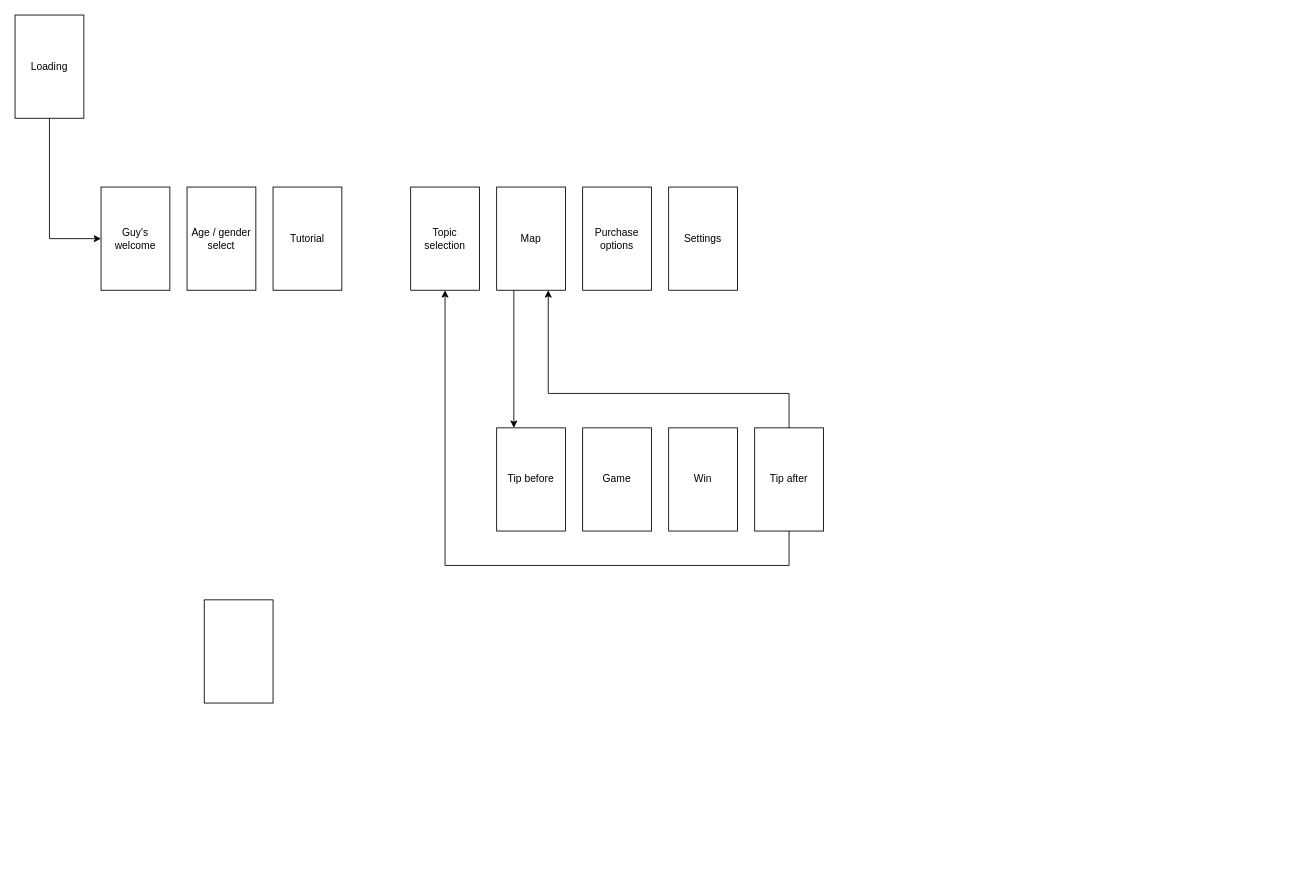
Samuramu/gg keeps this draw.io diagram as GG Life flowchart.drawio. Above is the earlier version. Source tidied: cells renumbered, new cells numbered last; positions are measured from the earlier drawing's top-left corner, leaving out a move shared by most shapes. Both pictures are drawn from the tidied source at 86%, with x=0, y=0 at pixel (15, 15).
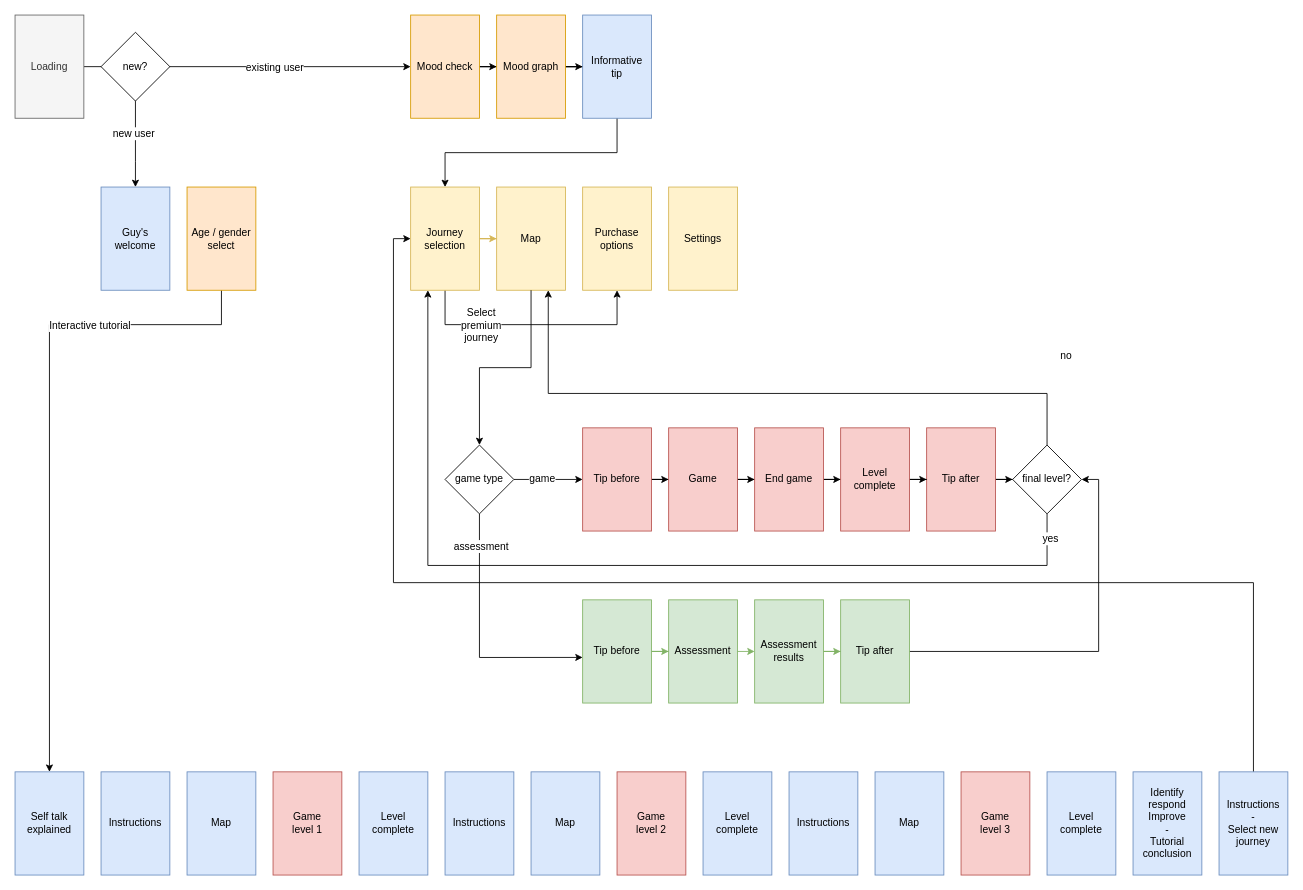
The same page after the edit.

Change to the diagram source:
```diff
@@
-    <mxCell id="2" value="&lt;span style=&quot;white-space: normal&quot;&gt;Guy's welcome&lt;/span&gt;" style="rounded=0;whiteSpace=wrap;html=1;" parent="1" vertex="1">
+    <mxCell id="2" value="&lt;span style=&quot;white-space: normal&quot;&gt;Guy's welcome&lt;/span&gt;" style="rounded=0;whiteSpace=wrap;html=1;fillColor=#dae8fc;strokeColor=#6c8ebf;" parent="1" vertex="1">
       <mxGeometry x="100" y="200" width="80" height="120" as="geometry" />
     </mxCell>
+    <mxCell id="19" style="edgeStyle=orthogonalEdgeStyle;rounded=0;jettySize=auto;html=1;entryX=0.5;entryY=0;entryDx=0;entryDy=0;" parent="1" edge="1" source="3" target="10">
+      <mxGeometry relative="1" as="geometry">
+        <Array as="points">
+          <mxPoint x="240" y="360" />
+          <mxPoint x="40" y="360" />
+        </Array>
+      </mxGeometry>
+    </mxCell>
+    <mxCell id="20" value="Interactive tutorial" style="text;html=1;align=center;verticalAlign=middle;labelBackgroundColor=#ffffff;" parent="19" vertex="1">
+      <mxGeometry x="-0.49" relative="1" as="geometry" />
+    </mxCell>
-    <mxCell id="3" value="&lt;span style=&quot;white-space: normal&quot;&gt;Age / gender select&lt;/span&gt;" style="rounded=0;whiteSpace=wrap;html=1;" parent="1" vertex="1">
+    <mxCell id="3" value="&lt;span style=&quot;white-space: normal&quot;&gt;Age / gender select&lt;/span&gt;" style="rounded=0;whiteSpace=wrap;html=1;fillColor=#ffe6cc;strokeColor=#d79b00;" parent="1" vertex="1">
       <mxGeometry x="200" y="200" width="80" height="120" as="geometry" />
     </mxCell>
-    <mxCell id="4" value="&lt;span style=&quot;white-space: normal&quot;&gt;Tutorial&lt;/span&gt;" style="rounded=0;whiteSpace=wrap;html=1;" parent="1" vertex="1">
-      <mxGeometry x="300" y="200" width="80" height="120" as="geometry" />
+    <mxCell id="4" value="&lt;span style=&quot;white-space: normal&quot;&gt;Instructions&lt;/span&gt;" style="rounded=0;whiteSpace=wrap;html=1;fillColor=#dae8fc;strokeColor=#6c8ebf;" parent="1" vertex="1">
+      <mxGeometry x="100" y="880" width="80" height="120" as="geometry" />
     </mxCell>
+    <mxCell id="21" style="edgeStyle=orthogonalEdgeStyle;rounded=0;jettySize=auto;html=1;fillColor=#fff2cc;strokeColor=#d6b656;" parent="1" edge="1" source="5" target="7">
+      <mxGeometry relative="1" as="geometry" />
+    </mxCell>
+    <mxCell id="22" style="edgeStyle=orthogonalEdgeStyle;rounded=0;jettySize=auto;html=1;entryX=0.5;entryY=1;entryDx=0;entryDy=0;" parent="1" edge="1" source="5" target="8">
+      <mxGeometry relative="1" as="geometry">
+        <Array as="points">
+          <mxPoint x="500" y="360" />
+          <mxPoint x="700" y="360" />
+        </Array>
+      </mxGeometry>
+    </mxCell>
+    <mxCell id="23" value="Select&lt;br&gt;premium&lt;br&gt;journey" style="text;html=1;align=center;verticalAlign=middle;labelBackgroundColor=#ffffff;" parent="22" vertex="1">
+      <mxGeometry x="-0.41" relative="1" as="geometry">
+        <mxPoint x="-2" as="offset" />
+      </mxGeometry>
+    </mxCell>
-    <mxCell id="5" value="&lt;span style=&quot;white-space: normal&quot;&gt;Topic selection&lt;/span&gt;" style="rounded=0;whiteSpace=wrap;html=1;" parent="1" vertex="1">
+    <mxCell id="5" value="&lt;span style=&quot;white-space: normal&quot;&gt;Journey selection&lt;/span&gt;" style="rounded=0;whiteSpace=wrap;html=1;fillColor=#fff2cc;strokeColor=#d6b656;" parent="1" vertex="1">
       <mxGeometry x="460" y="200" width="80" height="120" as="geometry" />
     </mxCell>
-    <mxCell id="6" style="edgeStyle=orthogonalEdgeStyle;rounded=0;jettySize=auto;html=1;" parent="1" edge="1" source="7" target="11">
-      <mxGeometry relative="1" as="geometry">
-        <Array as="points">
-          <mxPoint x="580" y="420" />
-          <mxPoint x="580" y="420" />
-        </Array>
-      </mxGeometry>
-    </mxCell>
+    <mxCell id="24" style="edgeStyle=orthogonalEdgeStyle;rounded=0;jettySize=auto;html=1;entryX=0;entryY=0.558;entryDx=0;entryDy=0;entryPerimeter=0;" parent="1" edge="1" source="67" target="58">
+      <mxGeometry relative="1" as="geometry">
+        <Array as="points">
+          <mxPoint x="540" y="747" />
+        </Array>
+      </mxGeometry>
+    </mxCell>
+    <mxCell id="25" value="assessment" style="text;html=1;align=center;verticalAlign=middle;labelBackgroundColor=#ffffff;" parent="24" vertex="1">
+      <mxGeometry x="-0.74" y="1" relative="1" as="geometry" />
+    </mxCell>
-    <mxCell id="7" value="Map" style="rounded=0;whiteSpace=wrap;html=1;" parent="1" vertex="1">
+    <mxCell id="7" value="Map" style="rounded=0;whiteSpace=wrap;html=1;fillColor=#fff2cc;strokeColor=#d6b656;" parent="1" vertex="1">
       <mxGeometry x="560" y="200" width="80" height="120" as="geometry" />
     </mxCell>
-    <mxCell id="8" value="Purchase options" style="rounded=0;whiteSpace=wrap;html=1;" parent="1" vertex="1">
+    <mxCell id="8" value="Purchase options" style="rounded=0;whiteSpace=wrap;html=1;fillColor=#fff2cc;strokeColor=#d6b656;" parent="1" vertex="1">
       <mxGeometry x="660" y="200" width="80" height="120" as="geometry" />
     </mxCell>
-    <mxCell id="9" value="Settings" style="rounded=0;whiteSpace=wrap;html=1;" parent="1" vertex="1">
+    <mxCell id="9" value="Settings" style="rounded=0;whiteSpace=wrap;html=1;fillColor=#fff2cc;strokeColor=#d6b656;" parent="1" vertex="1">
       <mxGeometry x="760" y="200" width="80" height="120" as="geometry" />
     </mxCell>
-    <mxCell id="10" style="rounded=0;whiteSpace=wrap;html=1;" parent="1" vertex="1">
-      <mxGeometry x="220" y="680" width="80" height="120" as="geometry" />
+    <mxCell id="10" value="Self talk explained" style="rounded=0;whiteSpace=wrap;html=1;fillColor=#dae8fc;strokeColor=#6c8ebf;" parent="1" vertex="1">
+      <mxGeometry y="880" width="80" height="120" as="geometry" />
     </mxCell>
+    <mxCell id="26" style="edgeStyle=orthogonalEdgeStyle;rounded=0;jettySize=auto;html=1;" parent="1" edge="1" source="11" target="12">
+      <mxGeometry relative="1" as="geometry" />
+    </mxCell>
-    <mxCell id="11" value="Tip before" style="rounded=0;whiteSpace=wrap;html=1;" parent="1" vertex="1">
-      <mxGeometry x="560" y="480" width="80" height="120" as="geometry" />
+    <mxCell id="11" value="Tip before" style="rounded=0;whiteSpace=wrap;html=1;fillColor=#f8cecc;strokeColor=#b85450;" parent="1" vertex="1">
+      <mxGeometry x="660" y="480" width="80" height="120" as="geometry" />
     </mxCell>
+    <mxCell id="27" style="edgeStyle=orthogonalEdgeStyle;rounded=0;jettySize=auto;html=1;" parent="1" edge="1" source="12" target="13">
+      <mxGeometry relative="1" as="geometry" />
+    </mxCell>
-    <mxCell id="12" value="Game" style="rounded=0;whiteSpace=wrap;html=1;" parent="1" vertex="1">
-      <mxGeometry x="660" y="480" width="80" height="120" as="geometry" />
+    <mxCell id="12" value="Game" style="rounded=0;whiteSpace=wrap;html=1;fillColor=#f8cecc;strokeColor=#b85450;" parent="1" vertex="1">
+      <mxGeometry x="760" y="480" width="80" height="120" as="geometry" />
     </mxCell>
+    <mxCell id="28" style="edgeStyle=orthogonalEdgeStyle;rounded=0;jettySize=auto;html=1;" parent="1" edge="1" source="13" target="56">
+      <mxGeometry relative="1" as="geometry" />
+    </mxCell>
-    <mxCell id="13" value="Win" style="rounded=0;whiteSpace=wrap;html=1;" parent="1" vertex="1">
-      <mxGeometry x="760" y="480" width="80" height="120" as="geometry" />
+    <mxCell id="13" value="End game" style="rounded=0;whiteSpace=wrap;html=1;fillColor=#f8cecc;strokeColor=#b85450;" parent="1" vertex="1">
+      <mxGeometry x="860" y="480" width="80" height="120" as="geometry" />
     </mxCell>
-    <mxCell id="14" style="edgeStyle=orthogonalEdgeStyle;rounded=0;jettySize=auto;html=1;entryX=0.5;entryY=1;entryDx=0;entryDy=0;exitX=0.5;exitY=1;exitDx=0;exitDy=0;" parent="1" edge="1" source="16" target="5">
+    <mxCell id="14" style="edgeStyle=orthogonalEdgeStyle;rounded=0;jettySize=auto;html=1;exitX=0.5;exitY=1;exitDx=0;exitDy=0;" parent="1" edge="1" source="70">
       <mxGeometry relative="1" as="geometry">
+        <mxPoint x="480" y="320" as="targetPoint" />
         <Array as="points">
-          <mxPoint x="900" y="640" />
-          <mxPoint x="500" y="640" />
+          <mxPoint x="1200" y="640" />
+          <mxPoint x="480" y="640" />
         </Array>
       </mxGeometry>
     </mxCell>
+    <mxCell id="29" value="yes" style="text;html=1;align=center;verticalAlign=middle;labelBackgroundColor=#ffffff;" parent="14" vertex="1">
+      <mxGeometry x="-0.95" y="3" relative="1" as="geometry" />
+    </mxCell>
-    <mxCell id="15" style="edgeStyle=orthogonalEdgeStyle;rounded=0;jettySize=auto;html=1;entryX=0.75;entryY=1;entryDx=0;entryDy=0;" parent="1" edge="1" source="16" target="7">
+    <mxCell id="15" style="edgeStyle=orthogonalEdgeStyle;rounded=0;jettySize=auto;html=1;entryX=0.75;entryY=1;entryDx=0;entryDy=0;exitX=0.5;exitY=0;exitDx=0;exitDy=0;" parent="1" edge="1" source="70" target="7">
       <mxGeometry relative="1" as="geometry">
         <Array as="points">
-          <mxPoint x="900" y="440" />
+          <mxPoint x="1200" y="440" />
           <mxPoint x="620" y="440" />
         </Array>
       </mxGeometry>
     </mxCell>
+    <mxCell id="30" value="no" style="text;html=1;align=center;verticalAlign=middle;labelBackgroundColor=#ffffff;" parent="15" vertex="1">
+      <mxGeometry x="-0.91" y="-1" relative="1" as="geometry">
+        <mxPoint x="20" y="-71" as="offset" />
+      </mxGeometry>
+    </mxCell>
+    <mxCell id="31" style="edgeStyle=orthogonalEdgeStyle;rounded=0;jettySize=auto;html=1;" parent="1" edge="1" source="16" target="70">
+      <mxGeometry relative="1" as="geometry" />
+    </mxCell>
-    <mxCell id="16" value="Tip after" style="rounded=0;whiteSpace=wrap;html=1;" parent="1" vertex="1">
-      <mxGeometry x="860" y="480" width="80" height="120" as="geometry" />
+    <mxCell id="16" value="Tip after" style="rounded=0;whiteSpace=wrap;html=1;fillColor=#f8cecc;strokeColor=#b85450;" parent="1" vertex="1">
+      <mxGeometry x="1060" y="480" width="80" height="120" as="geometry" />
     </mxCell>
-    <mxCell id="17" style="edgeStyle=orthogonalEdgeStyle;rounded=0;jettySize=auto;html=1;entryX=0;entryY=0.5;entryDx=0;entryDy=0;" parent="1" edge="1" source="18" target="2">
+    <mxCell id="17" style="edgeStyle=orthogonalEdgeStyle;rounded=0;jettySize=auto;html=1;entryX=0.5;entryY=0;entryDx=0;entryDy=0;exitX=0.5;exitY=1;exitDx=0;exitDy=0;" parent="1" edge="1" source="69" target="2">
       <mxGeometry relative="1" as="geometry">
         <Array as="points">
-          <mxPoint x="40" y="260" />
+          <mxPoint x="140" y="170" />
+          <mxPoint x="140" y="170" />
         </Array>
       </mxGeometry>
     </mxCell>
+    <mxCell id="32" value="new user" style="text;html=1;align=center;verticalAlign=middle;labelBackgroundColor=#ffffff;" parent="17" vertex="1">
+      <mxGeometry x="-0.27" y="-3" relative="1" as="geometry" />
+    </mxCell>
+    <mxCell id="33" style="edgeStyle=orthogonalEdgeStyle;rounded=0;jettySize=auto;html=1;entryX=0;entryY=0.5;entryDx=0;entryDy=0;" parent="1" edge="1" source="18" target="36">
+      <mxGeometry relative="1" as="geometry" />
+    </mxCell>
+    <mxCell id="34" value="existing user" style="text;html=1;align=center;verticalAlign=middle;labelBackgroundColor=#ffffff;" parent="33" vertex="1">
+      <mxGeometry x="-0.35" relative="1" as="geometry">
+        <mxPoint x="97" as="offset" />
+      </mxGeometry>
+    </mxCell>
-    <mxCell id="18" value="&lt;span style=&quot;white-space: normal&quot;&gt;Loading&lt;/span&gt;" style="rounded=0;whiteSpace=wrap;html=1;" parent="1" vertex="1">
+    <mxCell id="18" value="&lt;span style=&quot;white-space: normal&quot;&gt;Loading&lt;/span&gt;" style="rounded=0;whiteSpace=wrap;html=1;fillColor=#f5f5f5;strokeColor=#666666;fontColor=#333333;" parent="1" vertex="1">
       <mxGeometry width="80" height="120" as="geometry" />
     </mxCell>
+    <mxCell id="35" style="edgeStyle=orthogonalEdgeStyle;rounded=0;jettySize=auto;html=1;" parent="1" edge="1" source="36" target="39">
+      <mxGeometry relative="1" as="geometry" />
+    </mxCell>
+    <mxCell id="36" value="&lt;span style=&quot;white-space: normal&quot;&gt;Mood check&lt;/span&gt;" style="rounded=0;whiteSpace=wrap;html=1;fillColor=#ffe6cc;strokeColor=#d79b00;" parent="1" vertex="1">
+      <mxGeometry x="460" width="80" height="120" as="geometry" />
+    </mxCell>
+    <mxCell id="37" style="edgeStyle=orthogonalEdgeStyle;rounded=0;jettySize=auto;html=1;entryX=0.5;entryY=0;entryDx=0;entryDy=0;" parent="1" edge="1" source="39" target="5">
+      <mxGeometry relative="1" as="geometry">
+        <Array as="points">
+          <mxPoint x="700" y="60" />
+          <mxPoint x="700" y="160" />
+          <mxPoint x="500" y="160" />
+        </Array>
+      </mxGeometry>
+    </mxCell>
+    <mxCell id="38" style="edgeStyle=orthogonalEdgeStyle;rounded=0;jettySize=auto;html=1;" parent="1" edge="1" source="39" target="54">
+      <mxGeometry relative="1" as="geometry" />
+    </mxCell>
+    <mxCell id="39" value="&lt;span style=&quot;white-space: normal&quot;&gt;Mood graph&lt;/span&gt;" style="rounded=0;whiteSpace=wrap;html=1;fillColor=#ffe6cc;strokeColor=#d79b00;" parent="1" vertex="1">
+      <mxGeometry x="560" width="80" height="120" as="geometry" />
+    </mxCell>
+    <mxCell id="40" value="&lt;span style=&quot;white-space: normal&quot;&gt;Map&lt;/span&gt;" style="rounded=0;whiteSpace=wrap;html=1;fillColor=#dae8fc;strokeColor=#6c8ebf;" parent="1" vertex="1">
+      <mxGeometry x="200" y="880" width="80" height="120" as="geometry" />
+    </mxCell>
+    <mxCell id="41" value="&lt;span style=&quot;white-space: normal&quot;&gt;Game&lt;br&gt;level 1&lt;br&gt;&lt;/span&gt;" style="rounded=0;whiteSpace=wrap;html=1;fillColor=#f8cecc;strokeColor=#b85450;" parent="1" vertex="1">
+      <mxGeometry x="300" y="880" width="80" height="120" as="geometry" />
+    </mxCell>
+    <mxCell id="42" value="&lt;span style=&quot;white-space: normal&quot;&gt;Level complete&lt;br&gt;&lt;/span&gt;" style="rounded=0;whiteSpace=wrap;html=1;fillColor=#dae8fc;strokeColor=#6c8ebf;" parent="1" vertex="1">
+      <mxGeometry x="400" y="880" width="80" height="120" as="geometry" />
+    </mxCell>
+    <mxCell id="43" value="&lt;span style=&quot;white-space: normal&quot;&gt;Instructions&lt;/span&gt;" style="rounded=0;whiteSpace=wrap;html=1;fillColor=#dae8fc;strokeColor=#6c8ebf;" parent="1" vertex="1">
+      <mxGeometry x="500" y="880" width="80" height="120" as="geometry" />
+    </mxCell>
+    <mxCell id="44" value="&lt;span style=&quot;white-space: normal&quot;&gt;Map&lt;/span&gt;" style="rounded=0;whiteSpace=wrap;html=1;fillColor=#dae8fc;strokeColor=#6c8ebf;" parent="1" vertex="1">
+      <mxGeometry x="600" y="880" width="80" height="120" as="geometry" />
+    </mxCell>
+    <mxCell id="45" value="&lt;span style=&quot;white-space: normal&quot;&gt;Game&lt;br&gt;level 2&lt;br&gt;&lt;/span&gt;" style="rounded=0;whiteSpace=wrap;html=1;fillColor=#f8cecc;strokeColor=#b85450;" parent="1" vertex="1">
+      <mxGeometry x="700" y="880" width="80" height="120" as="geometry" />
+    </mxCell>
+    <mxCell id="46" value="&lt;span style=&quot;white-space: normal&quot;&gt;Level complete&lt;br&gt;&lt;/span&gt;" style="rounded=0;whiteSpace=wrap;html=1;fillColor=#dae8fc;strokeColor=#6c8ebf;" parent="1" vertex="1">
+      <mxGeometry x="800" y="880" width="80" height="120" as="geometry" />
+    </mxCell>
+    <mxCell id="47" value="&lt;span style=&quot;white-space: normal&quot;&gt;Instructions&lt;/span&gt;" style="rounded=0;whiteSpace=wrap;html=1;fillColor=#dae8fc;strokeColor=#6c8ebf;" parent="1" vertex="1">
+      <mxGeometry x="900" y="880" width="80" height="120" as="geometry" />
+    </mxCell>
+    <mxCell id="48" value="&lt;span style=&quot;white-space: normal&quot;&gt;Map&lt;/span&gt;" style="rounded=0;whiteSpace=wrap;html=1;fillColor=#dae8fc;strokeColor=#6c8ebf;" parent="1" vertex="1">
+      <mxGeometry x="1000" y="880" width="80" height="120" as="geometry" />
+    </mxCell>
+    <mxCell id="49" value="&lt;span style=&quot;white-space: normal&quot;&gt;Game&lt;br&gt;level 3&lt;br&gt;&lt;/span&gt;" style="rounded=0;whiteSpace=wrap;html=1;fillColor=#f8cecc;strokeColor=#b85450;" parent="1" vertex="1">
+      <mxGeometry x="1100" y="880" width="80" height="120" as="geometry" />
+    </mxCell>
+    <mxCell id="50" value="&lt;span style=&quot;white-space: normal&quot;&gt;Level complete&lt;br&gt;&lt;/span&gt;" style="rounded=0;whiteSpace=wrap;html=1;fillColor=#dae8fc;strokeColor=#6c8ebf;" parent="1" vertex="1">
+      <mxGeometry x="1200" y="880" width="80" height="120" as="geometry" />
+    </mxCell>
+    <mxCell id="51" value="&lt;span style=&quot;white-space: normal&quot;&gt;Identify&lt;br&gt;respond&lt;br&gt;Improve&lt;br&gt;-&lt;br&gt;Tutorial conclusion&lt;br&gt;&lt;/span&gt;" style="rounded=0;whiteSpace=wrap;html=1;fillColor=#dae8fc;strokeColor=#6c8ebf;" parent="1" vertex="1">
+      <mxGeometry x="1300" y="880" width="80" height="120" as="geometry" />
+    </mxCell>
+    <mxCell id="52" style="edgeStyle=orthogonalEdgeStyle;rounded=0;jettySize=auto;html=1;entryX=0;entryY=0.5;entryDx=0;entryDy=0;" parent="1" edge="1" source="53" target="5">
+      <mxGeometry relative="1" as="geometry">
+        <Array as="points">
+          <mxPoint x="1440" y="660" />
+          <mxPoint x="440" y="660" />
+          <mxPoint x="440" y="260" />
+        </Array>
+      </mxGeometry>
+    </mxCell>
+    <mxCell id="53" value="&lt;span style=&quot;white-space: normal&quot;&gt;Instructions&lt;br&gt;-&lt;br&gt;Select new journey&lt;br&gt;&lt;/span&gt;" style="rounded=0;whiteSpace=wrap;html=1;fillColor=#dae8fc;strokeColor=#6c8ebf;" parent="1" vertex="1">
+      <mxGeometry x="1400" y="880" width="80" height="120" as="geometry" />
+    </mxCell>
+    <mxCell id="54" value="&lt;span style=&quot;white-space: normal&quot;&gt;Informative&lt;br&gt;tip&lt;/span&gt;" style="rounded=0;whiteSpace=wrap;html=1;fillColor=#dae8fc;strokeColor=#6c8ebf;" parent="1" vertex="1">
+      <mxGeometry x="660" width="80" height="120" as="geometry" />
+    </mxCell>
+    <mxCell id="55" style="edgeStyle=orthogonalEdgeStyle;rounded=0;jettySize=auto;html=1;" parent="1" edge="1" source="56" target="16">
+      <mxGeometry relative="1" as="geometry" />
+    </mxCell>
+    <mxCell id="56" value="Level complete" style="rounded=0;whiteSpace=wrap;html=1;fillColor=#f8cecc;strokeColor=#b85450;" parent="1" vertex="1">
+      <mxGeometry x="960" y="480" width="80" height="120" as="geometry" />
+    </mxCell>
+    <mxCell id="57" style="edgeStyle=orthogonalEdgeStyle;rounded=0;jettySize=auto;html=1;fillColor=#d5e8d4;strokeColor=#82b366;" parent="1" edge="1" source="58" target="60">
+      <mxGeometry relative="1" as="geometry" />
+    </mxCell>
+    <mxCell id="58" value="Tip before" style="rounded=0;whiteSpace=wrap;html=1;fillColor=#d5e8d4;strokeColor=#82b366;" parent="1" vertex="1">
+      <mxGeometry x="660" y="680" width="80" height="120" as="geometry" />
+    </mxCell>
+    <mxCell id="59" style="edgeStyle=orthogonalEdgeStyle;rounded=0;jettySize=auto;html=1;fillColor=#d5e8d4;strokeColor=#82b366;" parent="1" edge="1" source="60">
+      <mxGeometry relative="1" as="geometry">
+        <mxPoint x="860" y="740" as="targetPoint" />
+      </mxGeometry>
+    </mxCell>
+    <mxCell id="60" value="Assessment" style="rounded=0;whiteSpace=wrap;html=1;fillColor=#d5e8d4;strokeColor=#82b366;" parent="1" vertex="1">
+      <mxGeometry x="760" y="680" width="80" height="120" as="geometry" />
+    </mxCell>
+    <mxCell id="61" style="edgeStyle=orthogonalEdgeStyle;rounded=0;jettySize=auto;html=1;entryX=1;entryY=0.5;entryDx=0;entryDy=0;" parent="1" edge="1" source="62" target="70">
+      <mxGeometry relative="1" as="geometry" />
+    </mxCell>
+    <mxCell id="62" value="Tip after" style="rounded=0;whiteSpace=wrap;html=1;fillColor=#d5e8d4;strokeColor=#82b366;" parent="1" vertex="1">
+      <mxGeometry x="960" y="680" width="80" height="120" as="geometry" />
+    </mxCell>
+    <mxCell id="63" style="edgeStyle=orthogonalEdgeStyle;rounded=0;jettySize=auto;html=1;fillColor=#d5e8d4;strokeColor=#82b366;" parent="1" edge="1" source="64" target="62">
+      <mxGeometry relative="1" as="geometry" />
+    </mxCell>
+    <mxCell id="64" value="Assessment results" style="rounded=0;whiteSpace=wrap;html=1;fillColor=#d5e8d4;strokeColor=#82b366;" parent="1" vertex="1">
+      <mxGeometry x="860" y="680" width="80" height="120" as="geometry" />
+    </mxCell>
+    <mxCell id="65" style="edgeStyle=orthogonalEdgeStyle;rounded=0;jettySize=auto;html=1;" parent="1" edge="1" source="67" target="11">
+      <mxGeometry relative="1" as="geometry" />
+    </mxCell>
+    <mxCell id="66" value="game" style="text;html=1;align=center;verticalAlign=middle;labelBackgroundColor=#ffffff;" parent="65" vertex="1">
+      <mxGeometry x="-0.2" y="-1" relative="1" as="geometry">
+        <mxPoint y="-3" as="offset" />
+      </mxGeometry>
+    </mxCell>
+    <mxCell id="67" value="game type" style="rhombus;whiteSpace=wrap;html=1;" parent="1" vertex="1">
+      <mxGeometry x="500" y="500" width="80" height="80" as="geometry" />
+    </mxCell>
+    <mxCell id="68" style="edgeStyle=orthogonalEdgeStyle;rounded=0;jettySize=auto;html=1;" parent="1" edge="1" source="7" target="67">
+      <mxGeometry relative="1" as="geometry" />
+    </mxCell>
+    <mxCell id="69" value="new?" style="rhombus;whiteSpace=wrap;html=1;" parent="1" vertex="1">
+      <mxGeometry x="100" y="20" width="80" height="80" as="geometry" />
+    </mxCell>
+    <mxCell id="70" value="final level?" style="rhombus;whiteSpace=wrap;html=1;" parent="1" vertex="1">
+      <mxGeometry x="1160" y="500" width="80" height="80" as="geometry" />
+    </mxCell>
```
